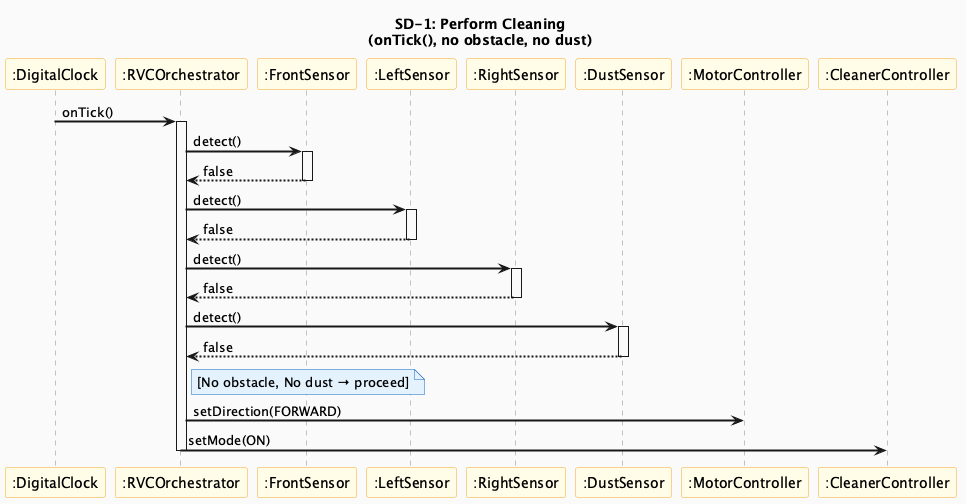
This is docs/vibe-coding/03-ood/images/SD1_PerformCleaning.png from OOP-konkuk/CICD-Team7, a PlantUML export, as it was before one commit.
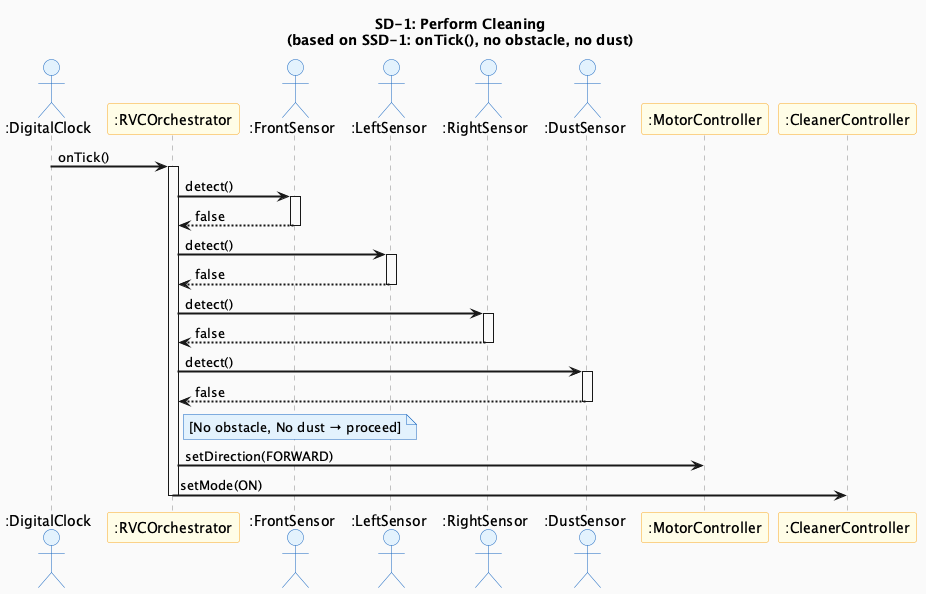
Above is the later version.

Commit message:
style(ood): Change external actors from participant to actor in SD-1~4

Change to the diagram source:
```diff
@@ -3,18 +3,20 @@
 skinparam sequenceArrowThickness 2
 skinparam sequenceParticipantBackgroundColor #FFFDE7
 skinparam sequenceParticipantBorderColor #F9A825
+skinparam sequenceActorBackgroundColor #E3F2FD
+skinparam sequenceActorBorderColor #1565C0
 skinparam sequenceLifeLineBorderColor #888888
 skinparam noteBackgroundColor #E3F2FD
 skinparam noteBorderColor #1565C0
 
-title SD-1: Perform Cleaning\n(onTick(), no obstacle, no dust)
+title SD-1: Perform Cleaning\n(based on SSD-1: onTick(), no obstacle, no dust)
 
-participant ":DigitalClock" as Clock
+actor ":DigitalClock" as Clock
 participant ":RVCOrchestrator" as Orch
-participant ":FrontSensor" as FS
-participant ":LeftSensor" as LS
-participant ":RightSensor" as RS
-participant ":DustSensor" as DS
+actor ":FrontSensor" as FS
+actor ":LeftSensor" as LS
+actor ":RightSensor" as RS
+actor ":DustSensor" as DS
 participant ":MotorController" as Motor
 participant ":CleanerController" as Cleaner
 
```
